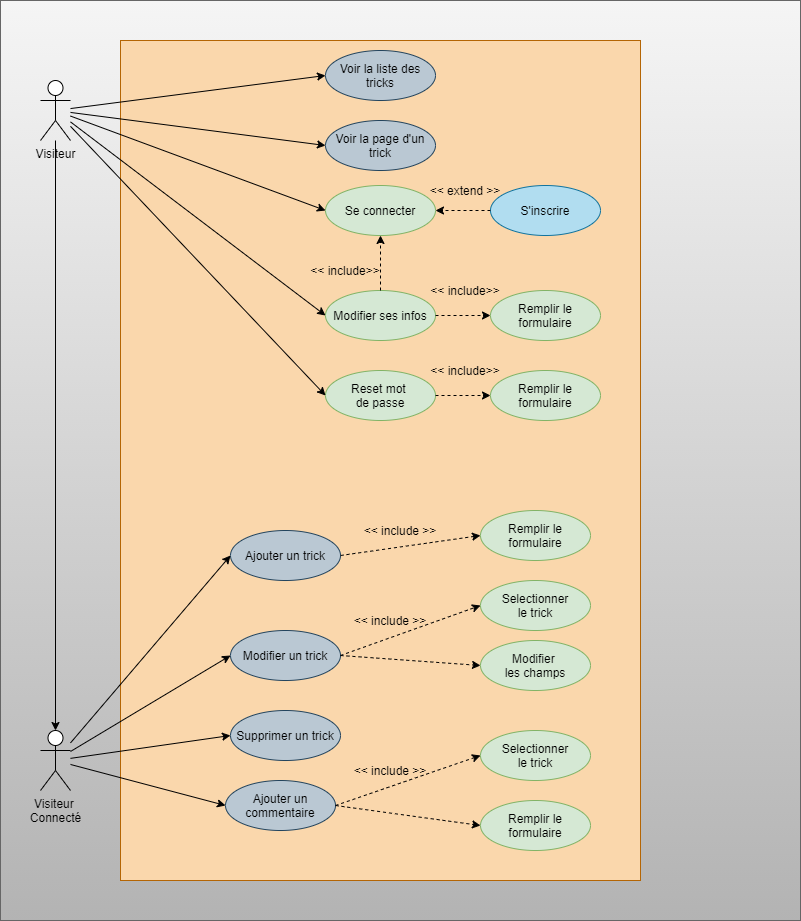
Earlier version of the draw.io export diagram/use_cases/use_case.drawio.png (LFZDavid/SnowTricks). Source tidied: cells renumbered, new cells last; positions are measured from the earlier drawing's top-left corner, leaving out a move shared by most shapes.
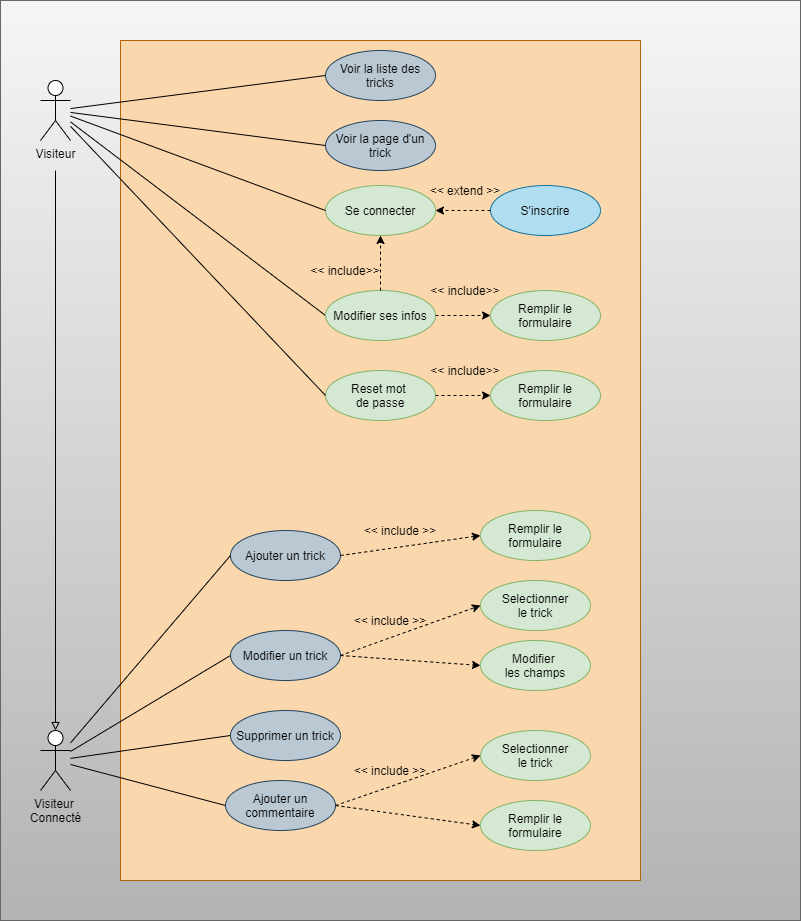
Above is the later version.

Diff of the diagram source:
```diff
@@ -8,8 +8,10 @@
     <mxCell id="3" style="rounded=0;whiteSpace=wrap;html=1;fillColor=#fad7ac;strokeColor=#b46504;" parent="1" vertex="1">
       <mxGeometry x="120" y="40" width="520" height="840" as="geometry" />
     </mxCell>
-    <mxCell id="4" style="edgeStyle=orthogonalEdgeStyle;rounded=1;jettySize=auto;html=1;fontColor=#000000;strokeColor=#000000;" parent="1" edge="1" source="5" target="15">
-      <mxGeometry relative="1" as="geometry" />
+    <mxCell id="4" style="edgeStyle=orthogonalEdgeStyle;rounded=1;jettySize=auto;html=1;fontColor=#000000;strokeColor=#000000;endArrow=block;endFill=0;jumpSize=9;" parent="1" edge="1" target="15">
+      <mxGeometry relative="1" as="geometry">
+        <mxPoint x="55" y="170" as="sourcePoint" />
+      </mxGeometry>
     </mxCell>
     <mxCell id="5" value="&lt;font color=&quot;#000000&quot;&gt;Visiteur&lt;/font&gt;" style="shape=umlActor;verticalLabelPosition=bottom;verticalAlign=top;html=1;outlineConnect=0;strokeColor=#000000;" parent="1" vertex="1">
       <mxGeometry x="40" y="80" width="30" height="60" as="geometry" />
@@ -44,25 +46,25 @@
     <mxCell id="15" value="&lt;font color=&quot;#000000&quot;&gt;Visiteur&amp;nbsp;&lt;br&gt;Connecté&lt;/font&gt;" style="shape=umlActor;verticalLabelPosition=bottom;verticalAlign=top;html=1;outlineConnect=0;strokeColor=#000000;" parent="1" vertex="1">
       <mxGeometry x="40" y="730" width="30" height="60" as="geometry" />
     </mxCell>
-    <mxCell id="16" style="endArrow=classic;html=1;fontColor=#000000;strokeColor=#000000;entryX=0;entryY=0.5;entryDx=0;entryDy=0;" parent="1" edge="1" source="5" target="12">
+    <mxCell id="16" style="endArrow=none;html=1;fontColor=#000000;strokeColor=#000000;entryX=0;entryY=0.5;entryDx=0;entryDy=0;endFill=0;" parent="1" edge="1" source="5" target="12">
       <mxGeometry relative="1" as="geometry" />
     </mxCell>
-    <mxCell id="17" style="endArrow=classic;html=1;fontColor=#000000;strokeColor=#000000;entryX=0;entryY=0.5;entryDx=0;entryDy=0;" parent="1" edge="1" source="15" target="8">
+    <mxCell id="17" style="endArrow=none;html=1;fontColor=#000000;strokeColor=#000000;entryX=0;entryY=0.5;entryDx=0;entryDy=0;endFill=0;" parent="1" edge="1" source="15" target="8">
       <mxGeometry relative="1" as="geometry" />
     </mxCell>
-    <mxCell id="18" style="endArrow=classic;html=1;fontColor=#000000;strokeColor=#000000;entryX=0;entryY=0.5;entryDx=0;entryDy=0;" parent="1" edge="1" source="15" target="9">
+    <mxCell id="18" style="endArrow=none;html=1;fontColor=#000000;strokeColor=#000000;entryX=0;entryY=0.5;entryDx=0;entryDy=0;endFill=0;" parent="1" edge="1" source="15" target="9">
       <mxGeometry relative="1" as="geometry" />
     </mxCell>
-    <mxCell id="19" style="endArrow=classic;html=1;fontColor=#000000;strokeColor=#000000;entryX=0;entryY=0.5;entryDx=0;entryDy=0;" parent="1" edge="1" source="15" target="11">
+    <mxCell id="19" style="endArrow=none;html=1;fontColor=#000000;strokeColor=#000000;entryX=0;entryY=0.5;entryDx=0;entryDy=0;endFill=0;" parent="1" edge="1" source="15" target="11">
       <mxGeometry relative="1" as="geometry" />
     </mxCell>
-    <mxCell id="20" style="endArrow=classic;html=1;fontColor=#000000;strokeColor=#000000;entryX=0;entryY=0.5;entryDx=0;entryDy=0;" parent="1" edge="1" source="5" target="6">
+    <mxCell id="20" style="endArrow=none;html=1;fontColor=#000000;strokeColor=#000000;entryX=0;entryY=0.5;entryDx=0;entryDy=0;endFill=0;" parent="1" edge="1" source="5" target="6">
       <mxGeometry relative="1" as="geometry" />
     </mxCell>
-    <mxCell id="21" style="endArrow=classic;html=1;fontColor=#000000;strokeColor=#000000;entryX=0;entryY=0.5;entryDx=0;entryDy=0;" parent="1" edge="1" source="5" target="7">
+    <mxCell id="21" style="endArrow=none;html=1;fontColor=#000000;strokeColor=#000000;entryX=0;entryY=0.5;entryDx=0;entryDy=0;endFill=0;" parent="1" edge="1" source="5" target="7">
       <mxGeometry relative="1" as="geometry" />
     </mxCell>
-    <mxCell id="22" style="endArrow=classic;html=1;fontColor=#000000;strokeColor=#000000;entryX=0;entryY=0.5;entryDx=0;entryDy=0;" parent="1" edge="1" source="15" target="10">
+    <mxCell id="22" style="endArrow=none;html=1;fontColor=#000000;strokeColor=#000000;entryX=0;entryY=0.5;entryDx=0;entryDy=0;endFill=0;" parent="1" edge="1" source="15" target="10">
       <mxGeometry relative="1" as="geometry" />
     </mxCell>
     <mxCell id="23" style="endArrow=classic;html=1;strokeColor=#000000;fontColor=#000000;dashed=1;exitX=1;exitY=0.5;exitDx=0;exitDy=0;entryX=0;entryY=0.5;entryDx=0;entryDy=0;" parent="1" edge="1" source="8" target="30">
@@ -107,7 +109,7 @@
     <mxCell id="36" value="&lt;font color=&quot;#000000&quot;&gt;&amp;lt;&amp;lt; include &amp;gt;&amp;gt;&lt;/font&gt;" style="text;html=1;strokeColor=none;fillColor=none;align=center;verticalAlign=middle;whiteSpace=wrap;rounded=0;" parent="1" vertex="1">
       <mxGeometry x="345" y="760" width="90" height="20" as="geometry" />
     </mxCell>
-    <mxCell id="37" style="endArrow=classic;html=1;fontColor=#000000;strokeColor=#000000;entryX=0;entryY=0.5;entryDx=0;entryDy=0;" parent="1" edge="1" source="5" target="38">
+    <mxCell id="37" style="endArrow=none;html=1;fontColor=#000000;strokeColor=#000000;entryX=0;entryY=0.5;entryDx=0;entryDy=0;endFill=0;" parent="1" edge="1" source="5" target="38">
       <mxGeometry relative="1" as="geometry" />
     </mxCell>
     <mxCell id="38" value="Modifier ses infos" style="ellipse;whiteSpace=wrap;html=1;fillColor=#d5e8d4;strokeColor=#82b366;fontColor=#000000;" parent="1" vertex="1">
@@ -131,7 +133,7 @@
     <mxCell id="44" value="Reset mot &lt;br&gt;de passe" style="ellipse;whiteSpace=wrap;html=1;fillColor=#d5e8d4;strokeColor=#82b366;fontColor=#000000;" parent="1" vertex="1">
       <mxGeometry x="325" y="370" width="110" height="50" as="geometry" />
     </mxCell>
-    <mxCell id="45" style="endArrow=classic;html=1;fontColor=#000000;strokeColor=#000000;entryX=0;entryY=0.5;entryDx=0;entryDy=0;" parent="1" edge="1" source="5" target="44">
+    <mxCell id="45" style="endArrow=none;html=1;fontColor=#000000;strokeColor=#000000;entryX=0;entryY=0.5;entryDx=0;entryDy=0;endFill=0;" parent="1" edge="1" source="5" target="44">
       <mxGeometry relative="1" as="geometry" />
     </mxCell>
     <mxCell id="46" value="Remplir le formulaire" style="ellipse;whiteSpace=wrap;html=1;fillColor=#d5e8d4;strokeColor=#82b366;fontColor=#000000;" parent="1" vertex="1">
```
